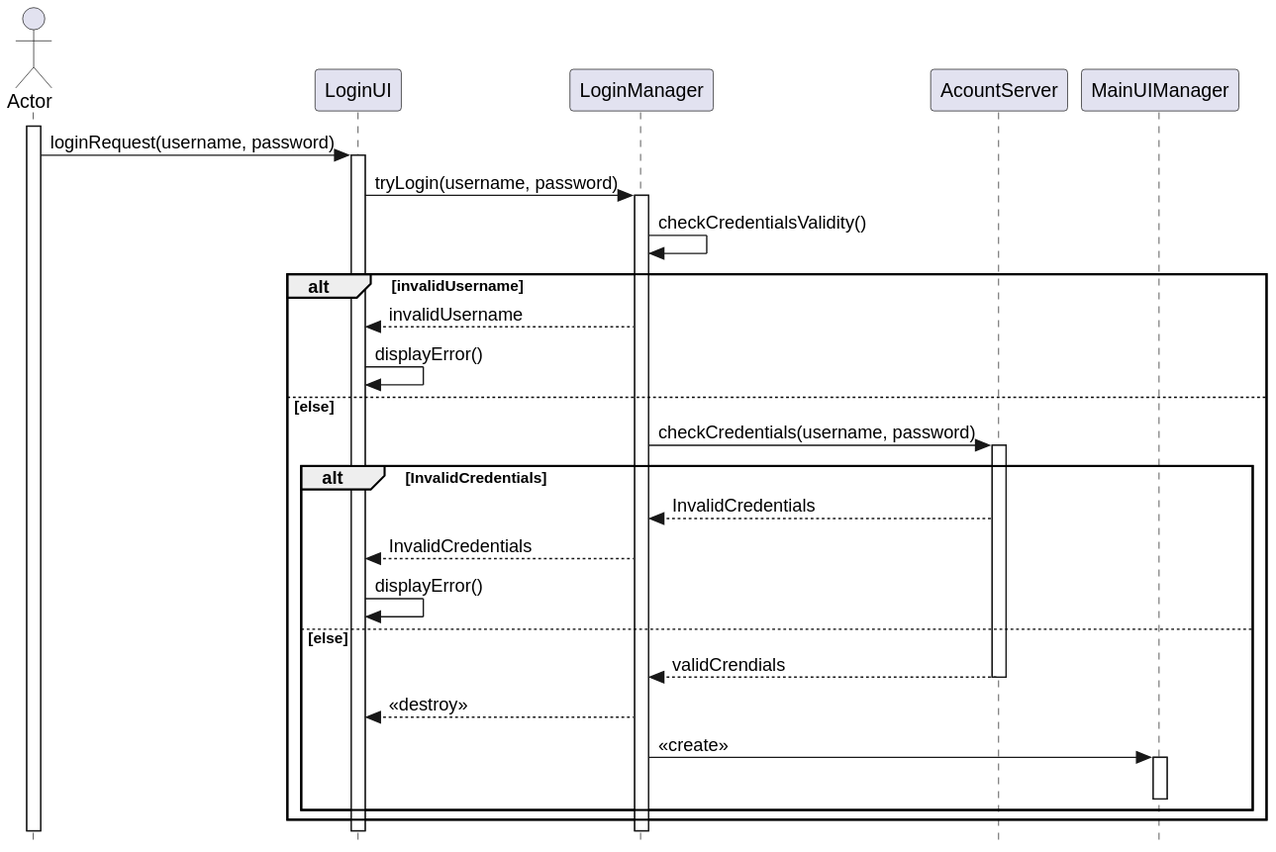
Earlier version of the PlantUML export SRD-DOC/uml/sequence/connexion/connexionSequence.svg (ulb-info2-group5/Royal-Blocks). Source of this version:
```plantuml
@startuml
skinparam style strictuml
actor Actor
participant LoginUI
participant LoginManager
participant AcountServer
participant MainUIManager





activate Actor
Actor -> LoginUI : loginRequest(username, password)
activate LoginUI
LoginUI ->LoginManager : tryLogin(username, password)
activate LoginManager

LoginManager -> LoginManager : checkCredentialsValidity()
alt invalidUsername
    LoginManager --> LoginUI : invalidUsername
    LoginUI -> LoginUI : displayError()
else else
    LoginManager -> AcountServer : checkCredentials(username, password)
    activate AcountServer
    alt InvalidCredentials
        AcountServer --> LoginManager : InvalidCredentials
        LoginManager --> LoginUI : InvalidCredentials
        LoginUI -> LoginUI : displayError()
    else else
        AcountServer --> LoginManager : validCrendials
        deactivate AcountServer
        LoginManager --> LoginUI : <<destroy>>
        LoginManager -> MainUIManager : << create>>
        activate MainUIManager
        deactivate MainUIManager

    end
end
@enduml
```
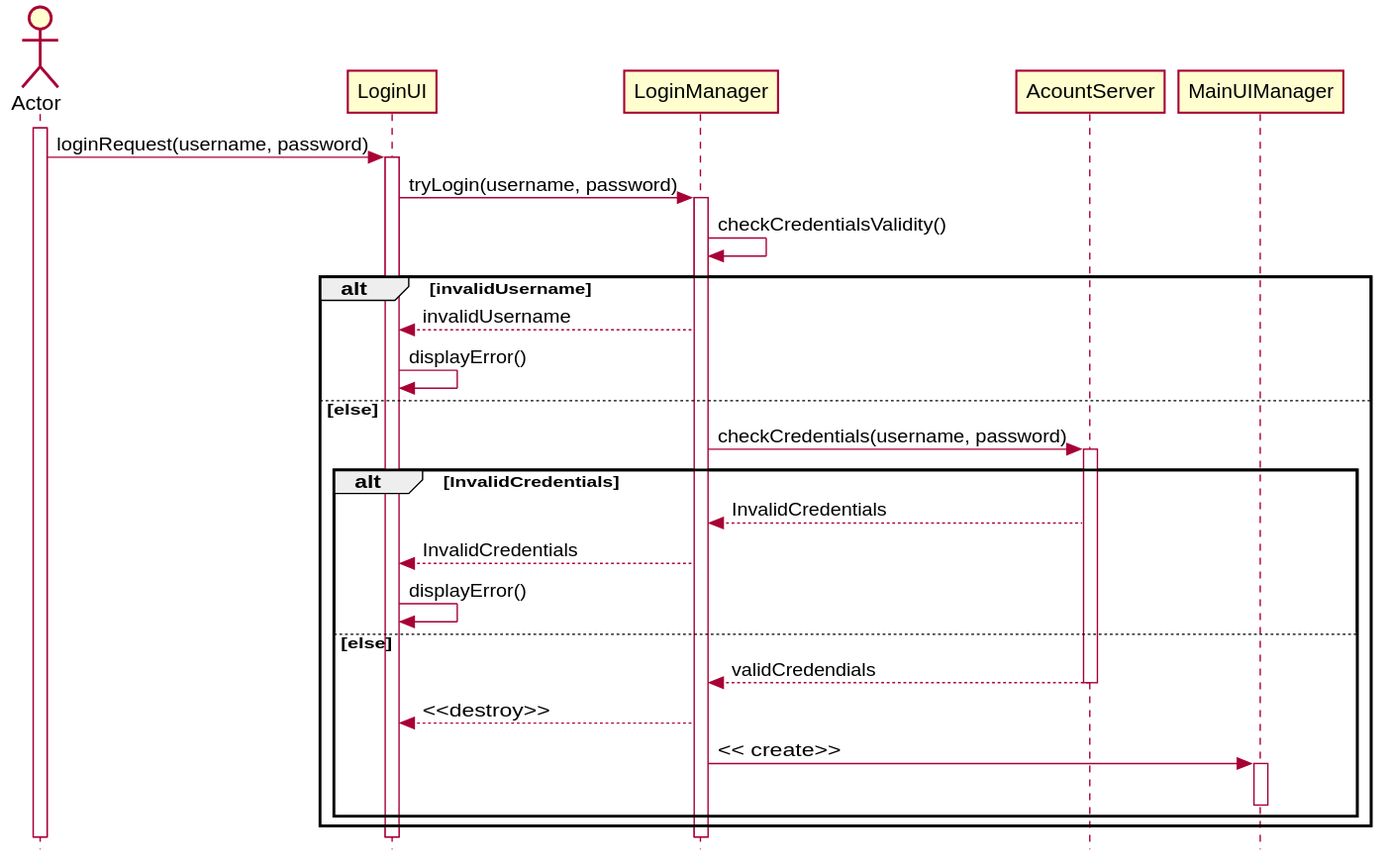
Later version of the same file.

Change to the diagram source:
```diff
@@ -1,4 +1,5 @@
 @startuml
+
 skinparam style strictuml
 actor Actor
 participant LoginUI
@@ -28,7 +29,7 @@
         LoginManager --> LoginUI : InvalidCredentials
         LoginUI -> LoginUI : displayError()
     else else
-        AcountServer --> LoginManager : validCrendials
+        AcountServer --> LoginManager : validCredendials
         deactivate AcountServer
         LoginManager --> LoginUI : <<destroy>>
         LoginManager -> MainUIManager : << create>>
@@ -37,4 +38,5 @@
 
     end
 end
+
 @enduml
```
